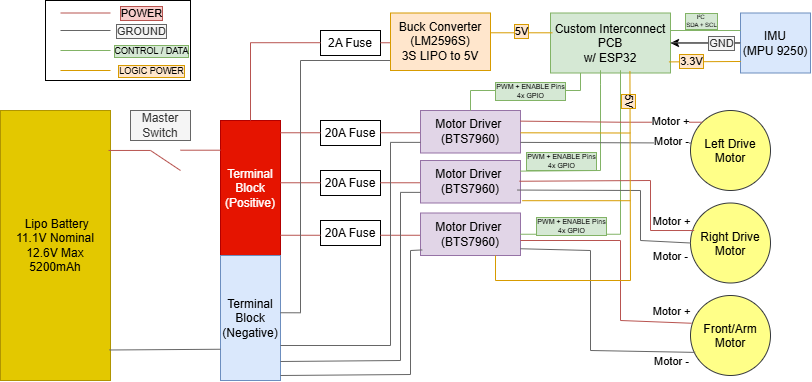
Before: electrical/Diagrams/ShotBotElectricalArchitecture.png, a diagram exported from draw.io (kylevansant/ShotBot-Autonomous-Delivery-Robot-Stanford-Moonshot-Club). Source tidied: cells renumbered, new cells last; positions are measured from the earlier drawing's top-left corner, leaving out a move shared by most shapes.
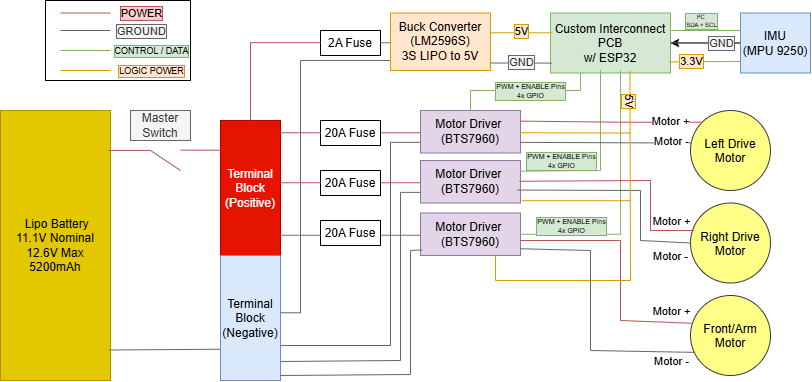
After the commit.

The edit, as a diff of the source:
```diff
@@ -378,5 +378,15 @@
         </Array>
       </mxGeometry>
     </mxCell>
+    <mxCell id="75" style="endArrow=none;html=1;rounded=0;entryX=0.013;entryY=0.835;entryDx=0;entryDy=0;entryPerimeter=0;fillColor=#f5f5f5;strokeColor=#666666;" parent="1" edge="1" target="23">
+      <mxGeometry relative="1" as="geometry">
+        <mxPoint x="490" y="62.5" as="sourcePoint" />
+      </mxGeometry>
+    </mxCell>
+    <mxCell id="76" value="GND" style="edgeLabel;html=1;align=center;verticalAlign=middle;labelBackgroundColor=#f5f5f5;fontColor=#333333;labelBorderColor=#666666;" parent="75" vertex="1">
+      <mxGeometry x="0.6" y="1" relative="1" as="geometry">
+        <mxPoint x="-19" as="offset" />
+      </mxGeometry>
+    </mxCell>
   </root>
 </mxGraphModel>
```
